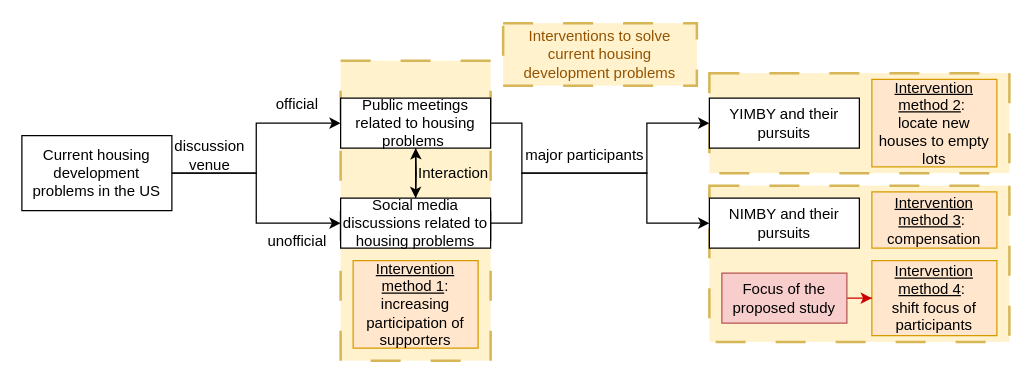
changgge/changgge keeps this draw.io diagram as Untitled Diagram.drawio. Above is the earlier version. Source tidied: cells renumbered, new cells numbered last; positions are measured from the earlier drawing's top-left corner, leaving out a move shared by most shapes. Both pictures are drawn from the tidied source at 125%, with x=0, y=0 at pixel (21, 22).
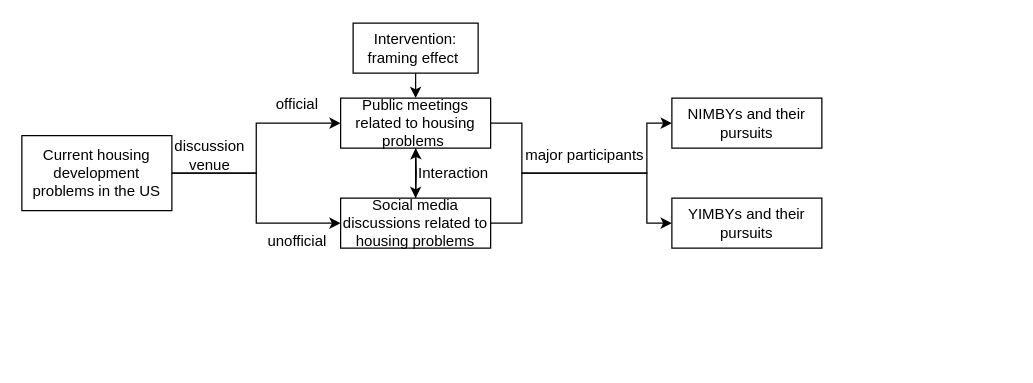
Above is the later version.

Unchanged cells that the change refers to:
```xml
<mxCell id="11" value="Public meetings related to housing problems&amp;nbsp;" style="rounded=0;whiteSpace=wrap;html=1;" parent="1" vertex="1">
  <mxGeometry x="255" y="60" width="120" height="40" as="geometry" />
</mxCell>
```

Diff of the diagram source:
```diff
@@
-    <mxCell id="2" style="rounded=0;whiteSpace=wrap;html=1;fillColor=#fff2cc;dashed=1;dashPattern=12 12;strokeColor=#d6b656;strokeWidth=2;perimeterSpacing=0;fillStyle=solid;" parent="1" vertex="1">
-      <mxGeometry x="550" y="130" width="240" height="125" as="geometry" />
-    </mxCell>
-    <mxCell id="3" style="rounded=0;whiteSpace=wrap;html=1;fillColor=#fff2cc;dashed=1;dashPattern=12 12;strokeColor=#d6b656;strokeWidth=2;perimeterSpacing=0;fillStyle=solid;" parent="1" vertex="1">
-      <mxGeometry x="550" y="40" width="240" height="80" as="geometry" />
-    </mxCell>
-    <mxCell id="4" style="rounded=0;whiteSpace=wrap;html=1;fillColor=#fff2cc;dashed=1;dashPattern=12 12;strokeColor=#d6b656;strokeWidth=2;perimeterSpacing=0;fillStyle=solid;" parent="1" vertex="1">
-      <mxGeometry x="255" y="30" width="120" height="240" as="geometry" />
-    </mxCell>
@@
-    <mxCell id="8" value="YIMBY and their pursuits" style="rounded=0;whiteSpace=wrap;html=1;" parent="1" vertex="1">
-      <mxGeometry x="550" y="60" width="120" height="40" as="geometry" />
+    <mxCell id="8" value="NIMBYs and their pursuits" style="rounded=0;whiteSpace=wrap;html=1;" parent="1" vertex="1">
+      <mxGeometry x="520" y="60" width="120" height="40" as="geometry" />
     </mxCell>
@@
-    <mxCell id="20" value="&lt;u&gt;Intervention method 1&lt;/u&gt;: increasing participation of supporters" style="rounded=0;whiteSpace=wrap;html=1;fillColor=#ffe6cc;strokeColor=#d79b00;" parent="1" vertex="1">
-      <mxGeometry x="265" y="190" width="100" height="70" as="geometry" />
-    </mxCell>
-    <mxCell id="21" value="NIMBY and their pursuits" style="rounded=0;whiteSpace=wrap;html=1;" parent="1" vertex="1">
-      <mxGeometry x="550" y="140" width="120" height="40" as="geometry" />
+    <mxCell id="21" value="YIMBYs and their pursuits" style="rounded=0;whiteSpace=wrap;html=1;" parent="1" vertex="1">
+      <mxGeometry x="520" y="140" width="120" height="40" as="geometry" />
     </mxCell>
-    <mxCell id="22" value="&lt;u&gt;Intervention method 2&lt;/u&gt;:&amp;nbsp;&lt;br&gt;locate new houses to empty lots" style="rounded=0;whiteSpace=wrap;html=1;fillColor=#ffe6cc;strokeColor=#d79b00;" parent="1" vertex="1">
-      <mxGeometry x="680" y="45" width="100" height="70" as="geometry" />
-    </mxCell>
-    <mxCell id="23" value="&lt;u&gt;Intervention method 3&lt;/u&gt;:&amp;nbsp;&lt;br&gt;compensation" style="rounded=0;whiteSpace=wrap;html=1;fillColor=#ffe6cc;strokeColor=#d79b00;" parent="1" vertex="1">
-      <mxGeometry x="680" y="135" width="100" height="45" as="geometry" />
-    </mxCell>
+    <mxCell id="28" style="edgeStyle=orthogonalEdgeStyle;rounded=0;jettySize=auto;html=1;exitX=0.5;exitY=1;exitDx=0;exitDy=0;entryX=0.5;entryY=0;entryDx=0;entryDy=0;" parent="1" edge="1" source="24" target="11">
+      <mxGeometry relative="1" as="geometry" />
+    </mxCell>
-    <mxCell id="24" value="&lt;u&gt;Intervention method 4&lt;/u&gt;:&amp;nbsp;&lt;br&gt;shift focus of participants" style="rounded=0;whiteSpace=wrap;html=1;fillColor=#ffe6cc;strokeColor=#d79b00;" parent="1" vertex="1">
-      <mxGeometry x="680" y="190" width="100" height="60" as="geometry" />
+    <mxCell id="24" value="Intervention: framing effect&amp;nbsp;" style="rounded=0;whiteSpace=wrap;html=1;" parent="1" vertex="1">
+      <mxGeometry x="265" width="100" height="40" as="geometry" />
     </mxCell>
-    <mxCell id="25" style="edgeStyle=orthogonalEdgeStyle;rounded=0;jettySize=auto;html=1;exitX=1;exitY=0.5;exitDx=0;exitDy=0;strokeColor=#CC0000;" parent="1" edge="1" source="26" target="24">
-      <mxGeometry relative="1" as="geometry" />
-    </mxCell>
-    <mxCell id="26" value="Focus of the proposed study" style="rounded=0;whiteSpace=wrap;html=1;fillColor=#f8cecc;strokeColor=#b85450;" parent="1" vertex="1">
-      <mxGeometry x="560" y="200" width="100" height="40" as="geometry" />
-    </mxCell>
-    <mxCell id="27" value="&lt;font color=&quot;#945200&quot;&gt;Interventions to solve current housing development problems&lt;/font&gt;" style="rounded=0;whiteSpace=wrap;html=1;fillColor=#fff2cc;dashed=1;dashPattern=12 12;strokeColor=#d6b656;strokeWidth=2;perimeterSpacing=0;fillStyle=solid;" parent="1" vertex="1">
-      <mxGeometry x="385" width="155" height="50" as="geometry" />
-    </mxCell>
```
